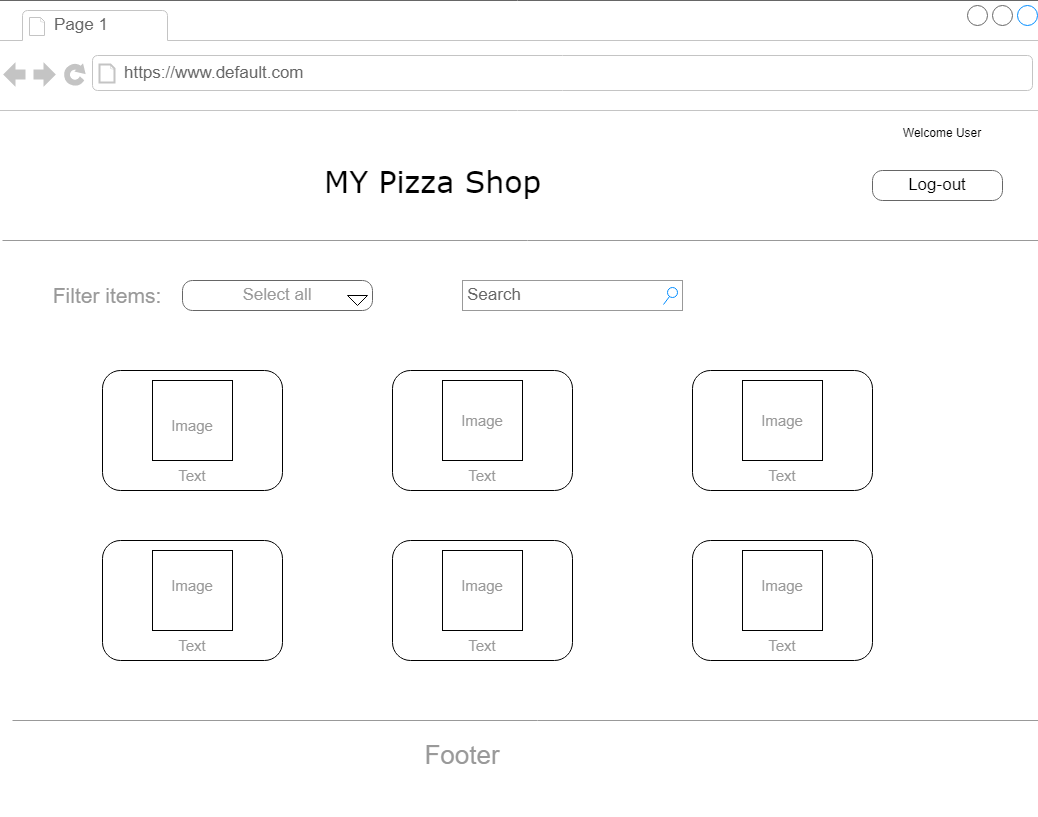
This is documentation/wireframe menu page(user).png from kristina-sh/webprog-pizza-rest, a draw.io export, as it was before one commit. Source tidied: cells renumbered, new cells last; positions are measured from the earlier drawing's top-left corner, leaving out a move shared by most shapes.
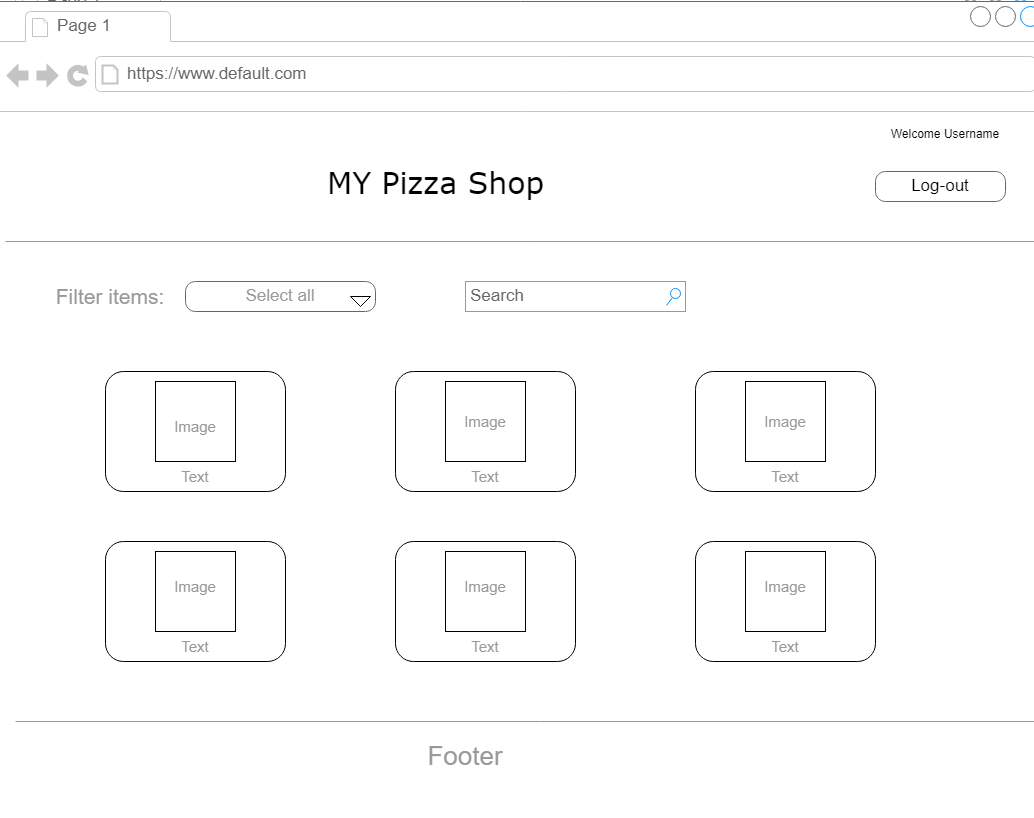
Later version of the same file.

Change to the diagram source:
```diff
@@ -416,7 +416,7 @@
     <mxCell id="139" style="triangle;whiteSpace=wrap;html=1;fontSize=21;fontColor=#999999;rotation=90;" parent="105" vertex="1">
       <mxGeometry x="360" y="290" width="10" height="20" as="geometry" />
     </mxCell>
-    <mxCell id="140" value="Welcome User" style="text;html=1;strokeColor=none;fillColor=none;align=center;verticalAlign=middle;whiteSpace=wrap;rounded=0;" parent="105" vertex="1">
+    <mxCell id="140" value="Welcome Username" style="text;html=1;strokeColor=none;fillColor=none;align=center;verticalAlign=middle;whiteSpace=wrap;rounded=0;" parent="105" vertex="1">
       <mxGeometry x="890" y="125" width="120" height="15" as="geometry" />
     </mxCell>
     <mxCell id="141" value="Log-out" style="strokeWidth=1;shadow=0;dashed=0;align=center;html=1;shape=mxgraph.mockup.buttons.button;strokeColor=#666666;mainText=;buttonStyle=round;fontSize=17;fontStyle=0;fillColor=none;whiteSpace=wrap;rounded=0;labelBackgroundColor=none;" parent="105" vertex="1">
```
